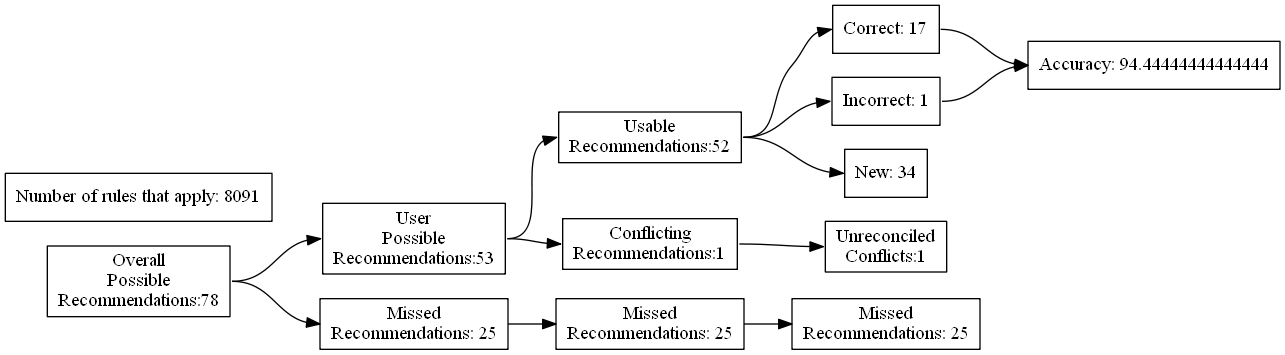
Earlier version of the Graphviz export test_renders/60.gv.png (ZaxR/ibd_diet_analysis). Its source is kept beside it as test_renders/60.gv.
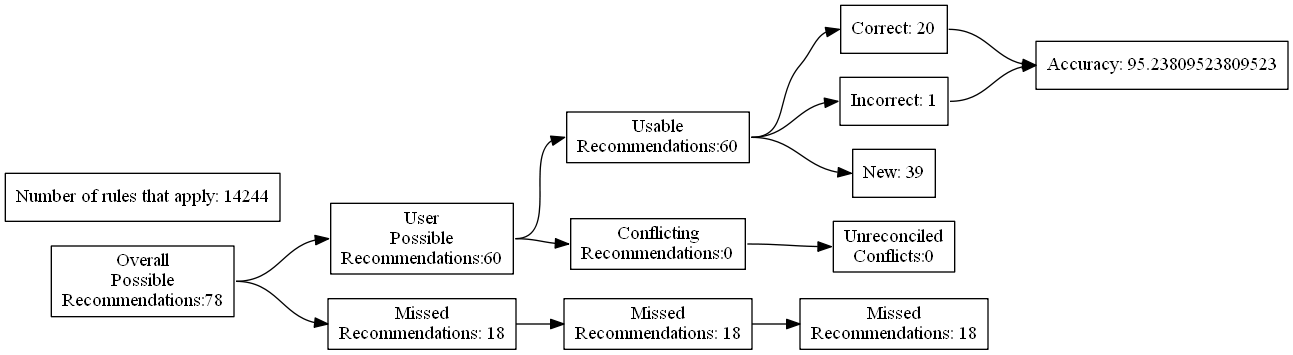
The same file after the commit.

Change to the diagram source:
```diff
@@ -7,24 +7,24 @@
 Recommendations:78"]
 		B [label="User
 Possible
-Recommendations:53"]
+Recommendations:60"]
 		C [label="Missed
-Recommendations: 25"]
+Recommendations: 18"]
 		D [label="Usable
-Recommendations:52"]
+Recommendations:60"]
 		E [label="Conflicting
-Recommendations:1"]
+Recommendations:0"]
 		J [label="Missed
-Recommendations: 25"]
+Recommendations: 18"]
 		M [label="Unreconciled
-Conflicts:1"]
-		F [label="Correct: 17"]
+Conflicts:0"]
+		F [label="Correct: 20"]
 		G [label="Incorrect: 1"]
-		H [label="New: 34"]
+		H [label="New: 39"]
 		K [label="Missed
-Recommendations: 25"]
-		I [label="Accuracy: 94.44444444444444"]
-		l [label="Number of rules that apply: 8091"]
+Recommendations: 18"]
+		I [label="Accuracy: 95.23809523809523"]
+		l [label="Number of rules that apply: 14244"]
 			A -> B
 			A -> C
 			B -> D
```
